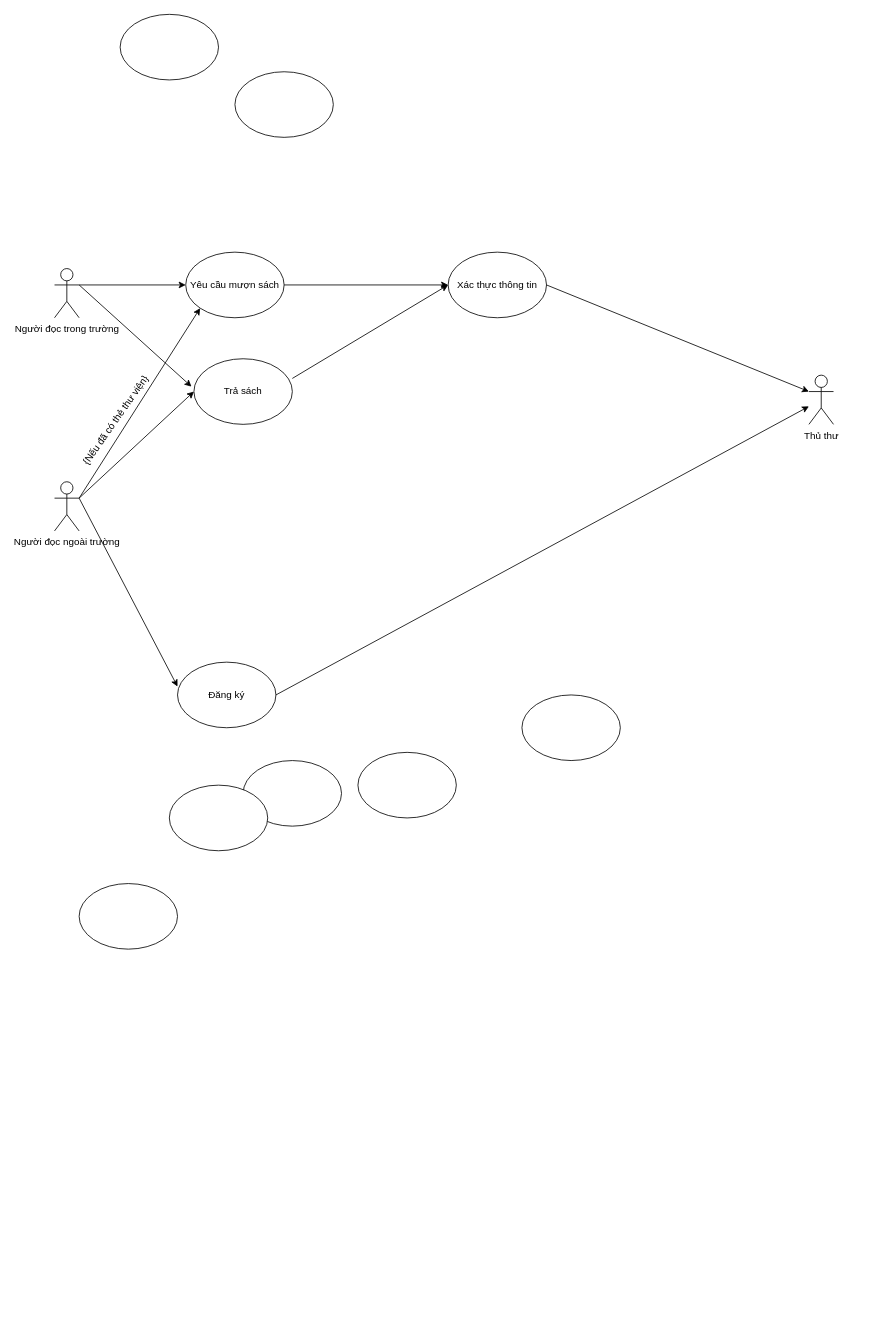
The draw.io diagram CNPM_Diagram.drawio in thanhtung12356/Project-library-management-system, before the edit. Source tidied: cells renumbered, new cells numbered last; positions are measured from the earlier drawing's top-left corner, leaving out a move shared by most shapes. Both pictures are drawn from the tidied source at 82%, with x=0, y=0 at pixel (54, 14).
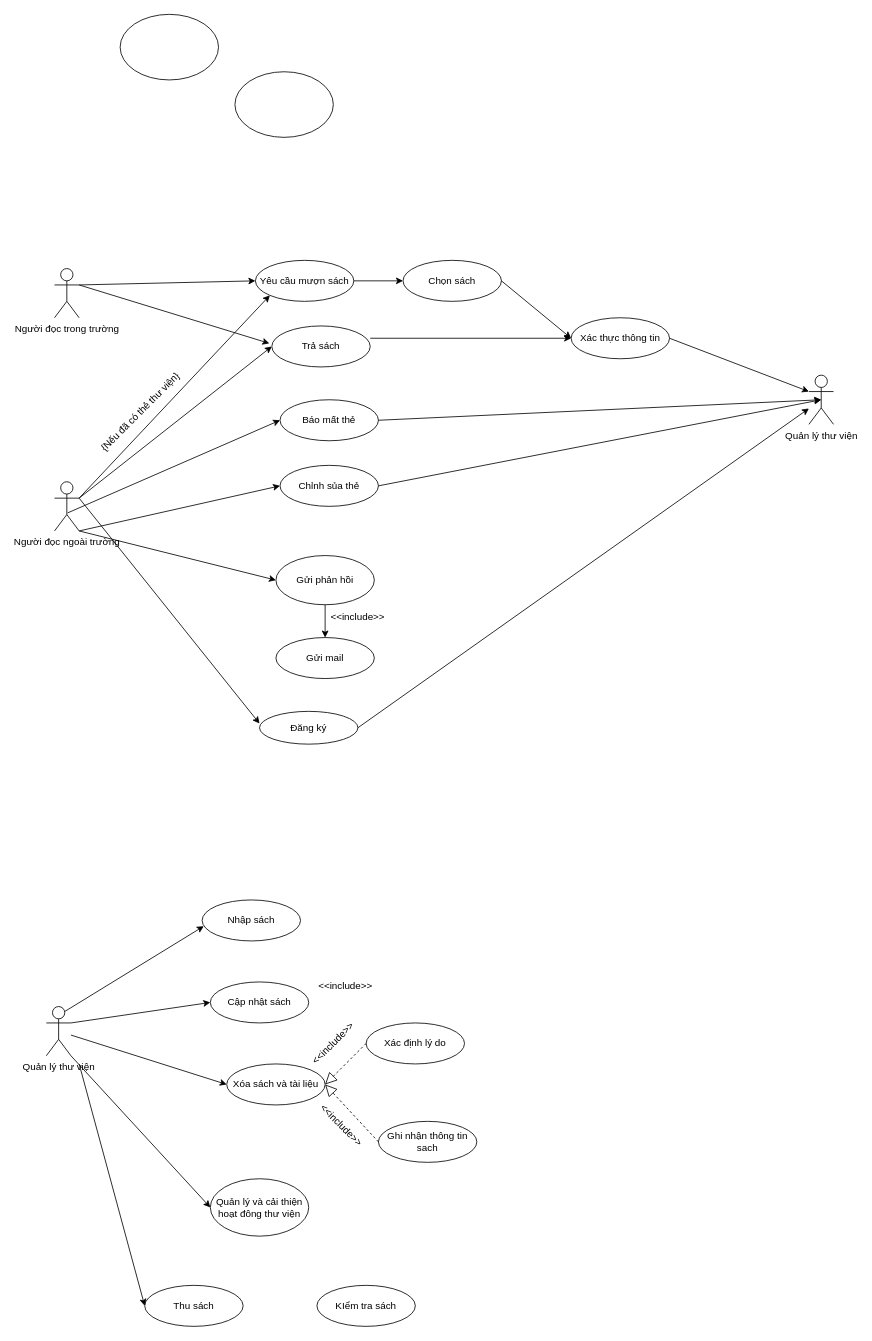
After the change.

Unchanged cells that the change refers to:
```xml
<mxCell id="3" value="Người đọc ngoài trường&lt;br&gt;" style="shape=umlActor;verticalLabelPosition=bottom;verticalAlign=top;html=1;" parent="1" vertex="1">
  <mxGeometry y="570" width="30" height="60" as="geometry" />
</mxCell>
```

Diff of the diagram source:
```diff
@@
-    <mxCell id="4" style="ellipse;whiteSpace=wrap;html=1;" parent="1" vertex="1">
-      <mxGeometry x="30" y="1060" width="120" height="80" as="geometry" />
+    <mxCell id="4" value="Nhập sách" style="ellipse;whiteSpace=wrap;html=1;" parent="1" vertex="1">
+      <mxGeometry x="180" y="1080" width="120" height="50" as="geometry" />
     </mxCell>
@@
     <mxCell id="7" value="Xác thực thông tin&lt;br&gt;" style="ellipse;whiteSpace=wrap;html=1;" parent="1" vertex="1">
-      <mxGeometry x="480" y="290" width="120" height="80" as="geometry" />
+      <mxGeometry x="630" y="370" width="120" height="50" as="geometry" />
     </mxCell>
     <mxCell id="8" value="Yêu cầu mượn sách" style="ellipse;whiteSpace=wrap;html=1;" parent="1" vertex="1">
-      <mxGeometry x="160" y="290" width="120" height="80" as="geometry" />
+      <mxGeometry x="245" y="300" width="120" height="50" as="geometry" />
     </mxCell>
     <mxCell id="9" value="Đăng ký&lt;br&gt;" style="ellipse;whiteSpace=wrap;html=1;" parent="1" vertex="1">
-      <mxGeometry x="150" y="790" width="120" height="80" as="geometry" />
+      <mxGeometry x="250" y="850" width="120" height="40" as="geometry" />
     </mxCell>
     <mxCell id="10" value="Trả sách&lt;br&gt;" style="ellipse;whiteSpace=wrap;html=1;" parent="1" vertex="1">
-      <mxGeometry x="170" y="420" width="120" height="80" as="geometry" />
+      <mxGeometry x="265" y="380" width="120" height="50" as="geometry" />
     </mxCell>
-    <mxCell id="11" style="ellipse;whiteSpace=wrap;html=1;" parent="1" vertex="1">
-      <mxGeometry x="570" y="830" width="120" height="80" as="geometry" />
+    <mxCell id="11" value="Chọn sách" style="ellipse;whiteSpace=wrap;html=1;" parent="1" vertex="1">
+      <mxGeometry x="425" y="300" width="120" height="50" as="geometry" />
     </mxCell>
-    <mxCell id="12" style="ellipse;whiteSpace=wrap;html=1;" parent="1" vertex="1">
-      <mxGeometry x="230" y="910" width="120" height="80" as="geometry" />
+    <mxCell id="12" value="Chỉnh sủa thẻ" style="ellipse;whiteSpace=wrap;html=1;" parent="1" vertex="1">
+      <mxGeometry x="275" y="550" width="120" height="50" as="geometry" />
     </mxCell>
-    <mxCell id="13" style="ellipse;whiteSpace=wrap;html=1;" parent="1" vertex="1">
-      <mxGeometry x="370" y="900" width="120" height="80" as="geometry" />
+    <mxCell id="13" value="Báo mất thẻ&lt;br&gt;" style="ellipse;whiteSpace=wrap;html=1;" parent="1" vertex="1">
+      <mxGeometry x="275" y="470" width="120" height="50" as="geometry" />
     </mxCell>
-    <mxCell id="14" style="ellipse;whiteSpace=wrap;html=1;" parent="1" vertex="1">
-      <mxGeometry x="140" y="940" width="120" height="80" as="geometry" />
-    </mxCell>
-    <mxCell id="15" value="Thủ thư&lt;br&gt;" style="shape=umlActor;verticalLabelPosition=bottom;verticalAlign=top;html=1;" parent="1" vertex="1">
+    <mxCell id="15" value="Quản lý thư viện&lt;br&gt;" style="shape=umlActor;verticalLabelPosition=bottom;verticalAlign=top;html=1;" parent="1" vertex="1">
       <mxGeometry x="920" y="440" width="30" height="60" as="geometry" />
     </mxCell>
-    <mxCell id="16" value="{Nếu đã có thẻ thư viện}" style="text;html=1;strokeColor=none;fillColor=none;align=center;verticalAlign=middle;whiteSpace=wrap;rounded=0;rotation=-55;" parent="1" vertex="1">
-      <mxGeometry y="480" width="150" height="30" as="geometry" />
+    <mxCell id="16" value="{Nếu đã có thẻ thư viện}" style="text;html=1;strokeColor=none;fillColor=none;align=center;verticalAlign=middle;whiteSpace=wrap;rounded=0;rotation=-45;" parent="1" vertex="1">
+      <mxGeometry x="30" y="470" width="150" height="30" as="geometry" />
     </mxCell>
@@
-    <mxCell id="20" style="endArrow=classic;html=1;rounded=0;exitX=1;exitY=0.5;exitDx=0;exitDy=0;entryX=0;entryY=0.5;entryDx=0;entryDy=0;" parent="1" edge="1" source="8" target="7">
-      <mxGeometry relative="1" as="geometry" />
-    </mxCell>
@@
+    <mxCell id="26" style="endArrow=classic;html=1;rounded=0;entryX=0;entryY=0.5;entryDx=0;entryDy=0;exitX=1;exitY=0.5;exitDx=0;exitDy=0;" parent="1" edge="1" source="11" target="7">
+      <mxGeometry relative="1" as="geometry" />
+    </mxCell>
+    <mxCell id="27" style="endArrow=classic;html=1;rounded=0;entryX=0;entryY=0.5;entryDx=0;entryDy=0;exitX=1;exitY=0.5;exitDx=0;exitDy=0;" parent="1" edge="1" source="8" target="11">
+      <mxGeometry relative="1" as="geometry" />
+    </mxCell>
+    <mxCell id="28" value="Gửi phản hồi" style="ellipse;whiteSpace=wrap;html=1;" parent="1" vertex="1">
+      <mxGeometry x="270" y="660" width="120" height="60" as="geometry" />
+    </mxCell>
+    <mxCell id="29" value="Gửi mail" style="ellipse;whiteSpace=wrap;html=1;" parent="1" vertex="1">
+      <mxGeometry x="270" y="760" width="120" height="50" as="geometry" />
+    </mxCell>
+    <mxCell id="30" style="endArrow=classic;html=1;rounded=0;entryX=0.5;entryY=0;entryDx=0;entryDy=0;exitX=0.5;exitY=1;exitDx=0;exitDy=0;" parent="1" edge="1" source="28" target="29">
+      <mxGeometry relative="1" as="geometry" />
+    </mxCell>
+    <mxCell id="31" style="endArrow=classic;html=1;rounded=0;exitX=0.533;exitY=0.633;exitDx=0;exitDy=0;exitPerimeter=0;entryX=0;entryY=0.5;entryDx=0;entryDy=0;" parent="1" edge="1" source="3" target="13">
+      <mxGeometry relative="1" as="geometry" />
+    </mxCell>
+    <mxCell id="32" style="endArrow=classic;html=1;rounded=0;entryX=0;entryY=0.5;entryDx=0;entryDy=0;" parent="1" edge="1" target="12">
+      <mxGeometry relative="1" as="geometry">
+        <mxPoint x="30" y="630" as="sourcePoint" />
+      </mxGeometry>
+    </mxCell>
+    <mxCell id="33" value="&amp;lt;&amp;lt;include&amp;gt;&amp;gt;" style="text;html=1;strokeColor=none;fillColor=none;align=center;verticalAlign=middle;whiteSpace=wrap;rounded=0;" parent="1" vertex="1">
+      <mxGeometry x="340" y="720" width="60" height="30" as="geometry" />
+    </mxCell>
+    <mxCell id="34" style="endArrow=classic;html=1;rounded=0;entryX=0.5;entryY=0.5;entryDx=0;entryDy=0;entryPerimeter=0;exitX=1;exitY=0.5;exitDx=0;exitDy=0;" parent="1" edge="1" source="13" target="15">
+      <mxGeometry relative="1" as="geometry" />
+    </mxCell>
+    <mxCell id="35" style="endArrow=classic;html=1;rounded=0;entryX=0.5;entryY=0.5;entryDx=0;entryDy=0;entryPerimeter=0;exitX=1;exitY=0.5;exitDx=0;exitDy=0;" parent="1" edge="1" source="12" target="15">
+      <mxGeometry relative="1" as="geometry" />
+    </mxCell>
+    <mxCell id="36" style="endArrow=classic;html=1;rounded=0;exitX=1;exitY=1;exitDx=0;exitDy=0;exitPerimeter=0;entryX=0;entryY=0.5;entryDx=0;entryDy=0;" parent="1" edge="1" source="3" target="28">
+      <mxGeometry relative="1" as="geometry" />
+    </mxCell>
+    <mxCell id="37" value="Quản lý thư viện&lt;br&gt;" style="shape=umlActor;verticalLabelPosition=bottom;verticalAlign=top;html=1;" parent="1" vertex="1">
+      <mxGeometry x="-10" y="1210" width="30" height="60" as="geometry" />
+    </mxCell>
+    <mxCell id="38" value="Cập nhật sách" style="ellipse;whiteSpace=wrap;html=1;" parent="1" vertex="1">
+      <mxGeometry x="190" y="1180" width="120" height="50" as="geometry" />
+    </mxCell>
+    <mxCell id="39" value="Xóa sách và tài liệu" style="ellipse;whiteSpace=wrap;html=1;" parent="1" vertex="1">
+      <mxGeometry x="210" y="1280" width="120" height="50" as="geometry" />
+    </mxCell>
+    <mxCell id="40" value="Quản lý và cải thiện hoạt đông thư viện" style="ellipse;whiteSpace=wrap;html=1;" parent="1" vertex="1">
+      <mxGeometry x="190" y="1420" width="120" height="70" as="geometry" />
+    </mxCell>
+    <mxCell id="41" value="Thu sách" style="ellipse;whiteSpace=wrap;html=1;" parent="1" vertex="1">
+      <mxGeometry x="110" y="1550" width="120" height="50" as="geometry" />
+    </mxCell>
+    <mxCell id="42" value="Xác định lý do" style="ellipse;whiteSpace=wrap;html=1;" parent="1" vertex="1">
+      <mxGeometry x="380" y="1230" width="120" height="50" as="geometry" />
+    </mxCell>
+    <mxCell id="43" value="Ghi nhận thông tin sach" style="ellipse;whiteSpace=wrap;html=1;" parent="1" vertex="1">
+      <mxGeometry x="395" y="1350" width="120" height="50" as="geometry" />
+    </mxCell>
+    <mxCell id="44" style="endArrow=block;dashed=1;endFill=0;endSize=12;html=1;rounded=0;entryX=1;entryY=0.5;entryDx=0;entryDy=0;exitX=0;exitY=0.5;exitDx=0;exitDy=0;" parent="1" edge="1" source="43" target="39">
+      <mxGeometry relative="1" as="geometry" />
+    </mxCell>
+    <mxCell id="45" style="endArrow=block;dashed=1;endFill=0;endSize=12;html=1;rounded=0;entryX=1;entryY=0.5;entryDx=0;entryDy=0;exitX=0;exitY=0.5;exitDx=0;exitDy=0;" parent="1" edge="1" source="42" target="39">
+      <mxGeometry relative="1" as="geometry" />
+    </mxCell>
+    <mxCell id="46" style="endArrow=classic;html=1;rounded=0;entryX=0;entryY=0.5;entryDx=0;entryDy=0;" parent="1" edge="1" source="37" target="39">
+      <mxGeometry relative="1" as="geometry" />
+    </mxCell>
+    <mxCell id="47" value="&amp;lt;&amp;lt;include&amp;gt;&amp;gt;" style="text;html=1;strokeColor=none;fillColor=none;align=center;verticalAlign=middle;whiteSpace=wrap;rounded=0;" parent="1" vertex="1">
+      <mxGeometry x="325" y="1170" width="60" height="30" as="geometry" />
+    </mxCell>
+    <mxCell id="48" value="&amp;lt;&amp;lt;include&amp;gt;&amp;gt;" style="text;html=1;strokeColor=none;fillColor=none;align=center;verticalAlign=middle;whiteSpace=wrap;rounded=0;rotation=45;" parent="1" vertex="1">
+      <mxGeometry x="320" y="1340" width="60" height="30" as="geometry" />
+    </mxCell>
+    <mxCell id="49" value="&amp;lt;&amp;lt;include&amp;gt;&amp;gt;" style="text;html=1;strokeColor=none;fillColor=none;align=center;verticalAlign=middle;whiteSpace=wrap;rounded=0;rotation=-45;" parent="1" vertex="1">
+      <mxGeometry x="310" y="1240" width="60" height="30" as="geometry" />
+    </mxCell>
+    <mxCell id="50" style="endArrow=classic;html=1;rounded=0;exitX=1;exitY=1;exitDx=0;exitDy=0;exitPerimeter=0;entryX=0;entryY=0.5;entryDx=0;entryDy=0;" parent="1" edge="1" source="37" target="40">
+      <mxGeometry relative="1" as="geometry" />
+    </mxCell>
+    <mxCell id="51" style="endArrow=classic;html=1;rounded=0;exitX=1;exitY=1;exitDx=0;exitDy=0;exitPerimeter=0;entryX=0;entryY=0.5;entryDx=0;entryDy=0;" parent="1" edge="1" target="41">
+      <mxGeometry relative="1" as="geometry">
+        <mxPoint x="30" y="1280" as="sourcePoint" />
+      </mxGeometry>
+    </mxCell>
+    <mxCell id="52" style="endArrow=classic;html=1;rounded=0;entryX=0;entryY=0.5;entryDx=0;entryDy=0;exitX=1;exitY=0.3333333333333333;exitDx=0;exitDy=0;exitPerimeter=0;" parent="1" edge="1" source="37" target="38">
+      <mxGeometry relative="1" as="geometry" />
+    </mxCell>
+    <mxCell id="53" style="endArrow=classic;html=1;rounded=0;entryX=0.017;entryY=0.64;entryDx=0;entryDy=0;exitX=0.75;exitY=0.1;exitDx=0;exitDy=0;exitPerimeter=0;entryPerimeter=0;" parent="1" edge="1" source="37" target="4">
+      <mxGeometry relative="1" as="geometry" />
+    </mxCell>
+    <mxCell id="54" value="KIểm tra sách" style="ellipse;whiteSpace=wrap;html=1;" parent="1" vertex="1">
+      <mxGeometry x="320" y="1550" width="120" height="50" as="geometry" />
+    </mxCell>
```
